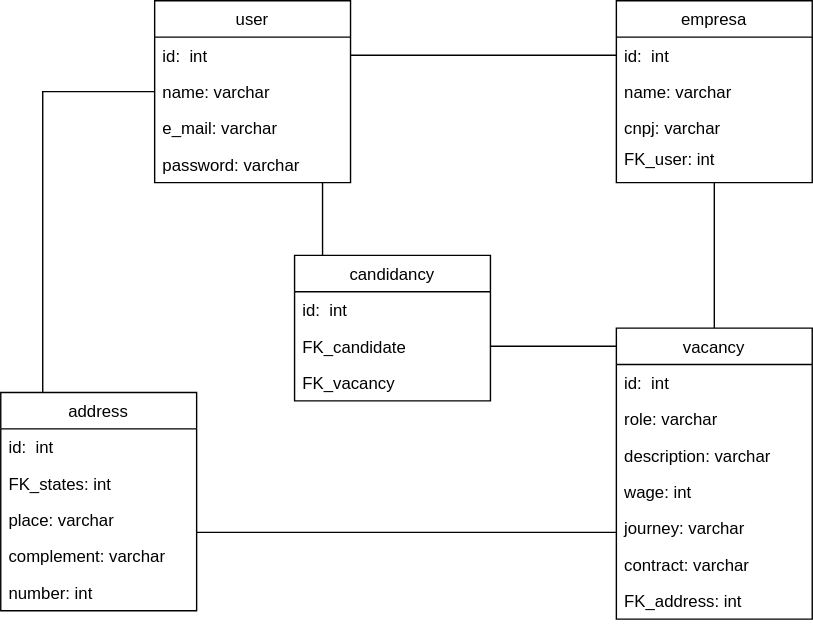
jonnathas/estudo keeps this draw.io diagram as vagas/diagramas/entidades.svg. Above is the earlier version. Source tidied: cells renumbered, new cells last; positions are measured from the earlier drawing's top-left corner, leaving out a move shared by most shapes.
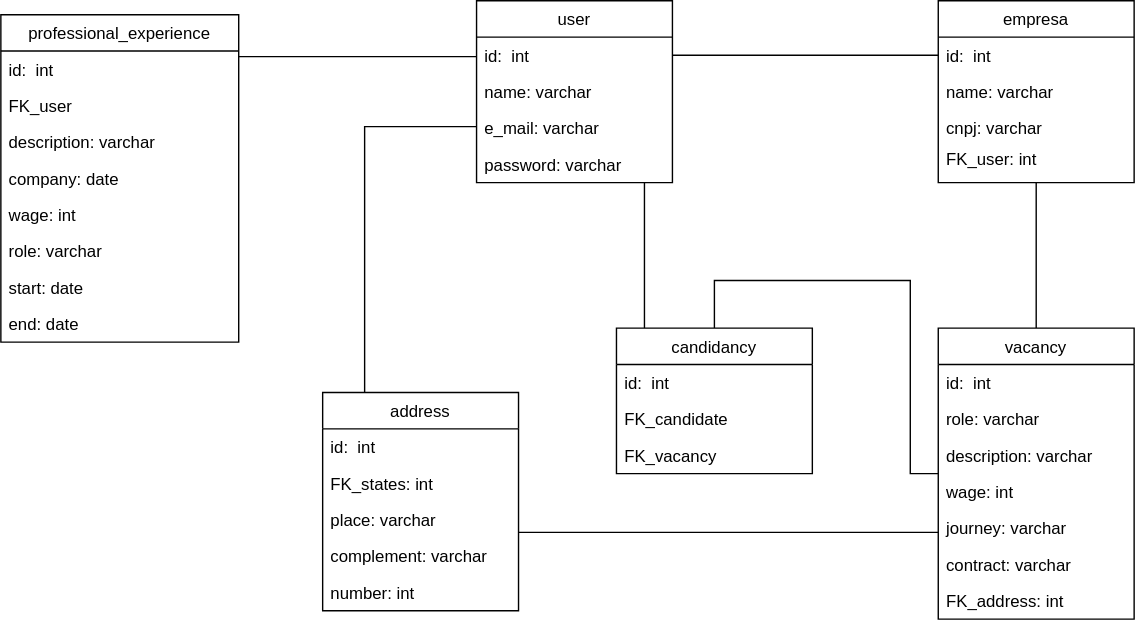
The same diagram one commit later.

Commit message:
Refinando diagrama  de entidades

What changed in the source:
```diff
@@ -49,7 +49,7 @@
     <mxCell id="15" style="edgeStyle=orthogonalEdgeStyle;rounded=0;jettySize=auto;html=1;endArrow=none;endFill=0;" parent="1" edge="1" source="17" target="3">
       <mxGeometry relative="1" as="geometry">
         <Array as="points">
-          <mxPoint x="30" y="65" />
+          <mxPoint x="30" y="90" />
         </Array>
       </mxGeometry>
     </mxCell>
@@ -79,11 +79,12 @@
     <mxCell id="22" value="number: int" style="text;strokeColor=none;fillColor=none;align=left;verticalAlign=top;spacingLeft=4;spacingRight=4;overflow=hidden;" parent="17" vertex="1">
       <mxGeometry y="130" width="140" height="26" as="geometry" />
     </mxCell>
-    <mxCell id="23" style="edgeStyle=orthogonalEdgeStyle;rounded=0;jettySize=auto;html=1;endArrow=none;endFill=0;" parent="1" edge="1" source="24" target="34">
+    <mxCell id="23" style="edgeStyle=orthogonalEdgeStyle;rounded=0;jettySize=auto;html=1;endArrow=none;endFill=0;" parent="1" edge="1" source="24" target="32">
       <mxGeometry relative="1" as="geometry">
         <Array as="points">
-          <mxPoint x="420" y="247" />
-          <mxPoint x="420" y="247" />
+          <mxPoint x="420" y="338" />
+          <mxPoint x="420" y="200" />
+          <mxPoint x="280" y="200" />
         </Array>
       </mxGeometry>
     </mxCell>
@@ -112,7 +113,7 @@
       <mxGeometry y="182" width="140" height="26" as="geometry" />
     </mxCell>
     <mxCell id="32" value="candidancy" style="swimlane;fontStyle=0;horizontal=1;startSize=26;fillColor=none;" parent="1" vertex="1">
-      <mxGeometry x="210" y="182" width="140" height="104" as="geometry" />
+      <mxGeometry x="210" y="234" width="140" height="104" as="geometry" />
     </mxCell>
     <mxCell id="33" value="id:  int" style="text;strokeColor=none;fillColor=none;align=left;verticalAlign=top;spacingLeft=4;spacingRight=4;overflow=hidden;" parent="32" vertex="1">
       <mxGeometry y="26" width="140" height="26" as="geometry" />
@@ -123,5 +124,40 @@
     <mxCell id="35" value="FK_vacancy" style="text;strokeColor=none;fillColor=none;align=left;verticalAlign=top;spacingLeft=4;spacingRight=4;overflow=hidden;" parent="32" vertex="1">
       <mxGeometry y="78" width="140" height="26" as="geometry" />
     </mxCell>
+    <mxCell id="36" value="professional_experience" style="swimlane;fontStyle=0;horizontal=1;startSize=26;fillColor=none;" parent="1" vertex="1">
+      <mxGeometry x="-230" y="10" width="170" height="234" as="geometry" />
+    </mxCell>
+    <mxCell id="37" value="id:  int" style="text;strokeColor=none;fillColor=none;align=left;verticalAlign=top;spacingLeft=4;spacingRight=4;overflow=hidden;" parent="36" vertex="1">
+      <mxGeometry y="26" width="170" height="26" as="geometry" />
+    </mxCell>
+    <mxCell id="38" value="FK_user" style="text;strokeColor=none;fillColor=none;align=left;verticalAlign=top;spacingLeft=4;spacingRight=4;overflow=hidden;" parent="36" vertex="1">
+      <mxGeometry y="52" width="170" height="26" as="geometry" />
+    </mxCell>
+    <mxCell id="39" value="description: varchar" style="text;strokeColor=none;fillColor=none;align=left;verticalAlign=top;spacingLeft=4;spacingRight=4;overflow=hidden;" parent="36" vertex="1">
+      <mxGeometry y="78" width="170" height="26" as="geometry" />
+    </mxCell>
+    <mxCell id="40" value="company: date" style="text;strokeColor=none;fillColor=none;align=left;verticalAlign=top;spacingLeft=4;spacingRight=4;overflow=hidden;" parent="36" vertex="1">
+      <mxGeometry y="104" width="170" height="26" as="geometry" />
+    </mxCell>
+    <mxCell id="41" value="wage: int" style="text;strokeColor=none;fillColor=none;align=left;verticalAlign=top;spacingLeft=4;spacingRight=4;overflow=hidden;" parent="36" vertex="1">
+      <mxGeometry y="130" width="170" height="26" as="geometry" />
+    </mxCell>
+    <mxCell id="42" value="role: varchar" style="text;strokeColor=none;fillColor=none;align=left;verticalAlign=top;spacingLeft=4;spacingRight=4;overflow=hidden;" parent="36" vertex="1">
+      <mxGeometry y="156" width="170" height="26" as="geometry" />
+    </mxCell>
+    <mxCell id="43" value="start: date" style="text;strokeColor=none;fillColor=none;align=left;verticalAlign=top;spacingLeft=4;spacingRight=4;overflow=hidden;" parent="36" vertex="1">
+      <mxGeometry y="182" width="170" height="26" as="geometry" />
+    </mxCell>
+    <mxCell id="44" value="end: date" style="text;strokeColor=none;fillColor=none;align=left;verticalAlign=top;spacingLeft=4;spacingRight=4;overflow=hidden;" parent="36" vertex="1">
+      <mxGeometry y="208" width="170" height="26" as="geometry" />
+    </mxCell>
+    <mxCell id="45" style="edgeStyle=orthogonalEdgeStyle;rounded=0;jettySize=auto;html=1;endArrow=none;endFill=0;" parent="1" edge="1" source="36" target="3">
+      <mxGeometry relative="1" as="geometry">
+        <Array as="points">
+          <mxPoint x="70" y="40" />
+          <mxPoint x="70" y="40" />
+        </Array>
+      </mxGeometry>
+    </mxCell>
   </root>
 </mxGraphModel>
```
